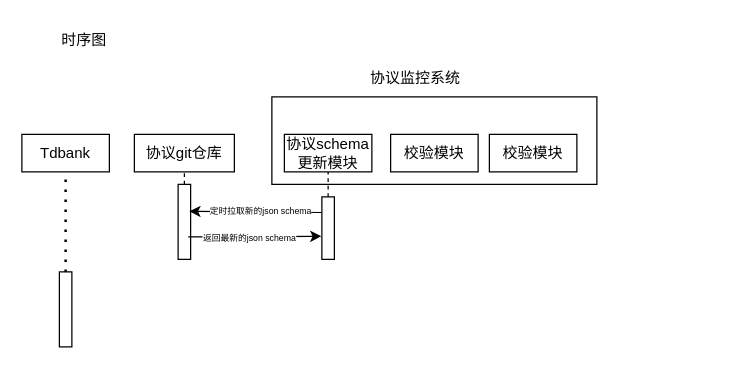
The draw.io diagram 协议治理-设计.drawio in ksd11/charts, before the edit. Source tidied: cells renumbered, new cells numbered last; positions are measured from the earlier drawing's top-left corner, leaving out a move shared by most shapes. Both pictures are drawn from the tidied source at 125%, with x=0, y=0 at pixel (21, 21).
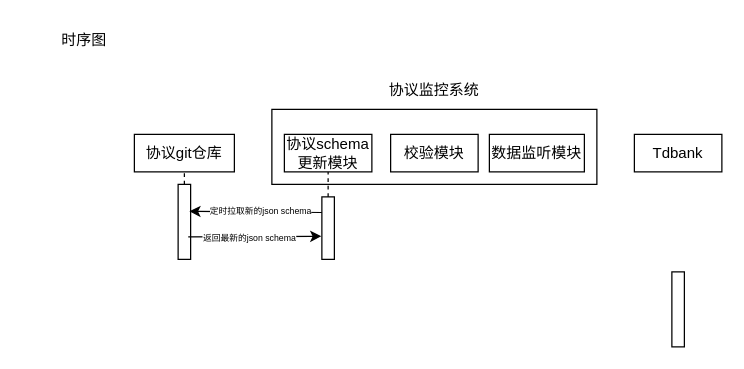
The same page after the edit.

Commit message (it also covers changes not shown here):
更新协议治理-设计.drawio

What changed in the source:
```diff
@@
     <mxCell id="3" style="rounded=0;whiteSpace=wrap;html=1;" parent="1" vertex="1">
-      <mxGeometry x="200" y="60" width="260" height="70" as="geometry" />
+      <mxGeometry x="200" y="70" width="260" height="60" as="geometry" />
     </mxCell>
     <mxCell id="4" value="协议监控系统" style="text;html=1;align=center;verticalAlign=middle;whiteSpace=wrap;rounded=0;" parent="1" vertex="1">
-      <mxGeometry x="270" y="30" width="90" height="30" as="geometry" />
+      <mxGeometry x="285" y="40" width="90" height="30" as="geometry" />
     </mxCell>
@@
     <mxCell id="16" value="Tdbank" style="rounded=0;whiteSpace=wrap;html=1;" parent="1" vertex="1">
-      <mxGeometry y="90" width="70" height="30" as="geometry" />
+      <mxGeometry x="490" y="90" width="70" height="30" as="geometry" />
     </mxCell>
-    <mxCell id="17" style="endArrow=none;dashed=1;html=1;dashPattern=1 3;strokeWidth=2;rounded=0;entryX=0.5;entryY=1;entryDx=0;entryDy=0;" parent="1" edge="1" target="16">
-      <mxGeometry relative="1" as="geometry">
-        <mxPoint x="35" y="200" as="sourcePoint" />
-      </mxGeometry>
-    </mxCell>
     <mxCell id="18" style="rounded=0;whiteSpace=wrap;html=1;" parent="1" vertex="1">
-      <mxGeometry x="30" y="200" width="10" height="60" as="geometry" />
+      <mxGeometry x="520" y="200" width="10" height="60" as="geometry" />
     </mxCell>
-    <mxCell id="19" value="校验模块" style="rounded=0;whiteSpace=wrap;html=1;" parent="1" vertex="1">
-      <mxGeometry x="374" y="90" width="70" height="30" as="geometry" />
+    <mxCell id="19" value="数据监听模块" style="rounded=0;whiteSpace=wrap;html=1;" parent="1" vertex="1">
+      <mxGeometry x="374" y="90" width="76" height="30" as="geometry" />
     </mxCell>
```
